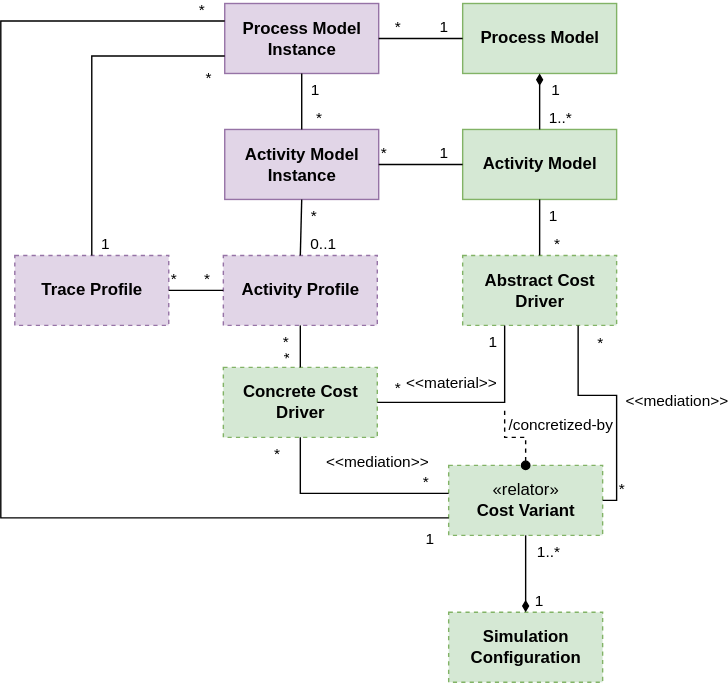
This is metamodel.svg from fyndalf/master-thesis, a draw.io export, as it was before one commit. Source tidied: cells renumbered, new cells last; positions are measured from the earlier drawing's top-left corner, leaving out a move shared by most shapes.
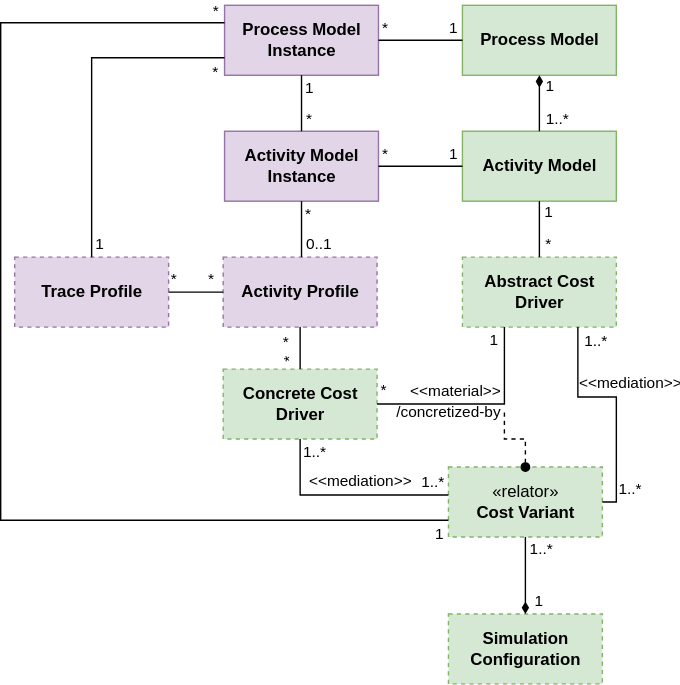
The same file after the commit.

Change to the diagram source:
```diff
@@ -32,68 +32,68 @@
     <mxCell id="11" value="Trace Profile" style="html=1;fontStyle=1;fillColor=#e1d5e7;strokeColor=#9673a6;dashed=1;" parent="1" vertex="1">
       <mxGeometry x="10" y="180" width="110" height="50" as="geometry" />
     </mxCell>
-    <mxCell id="12" style="endArrow=none;html=1;edgeStyle=orthogonalEdgeStyle;rounded=0;exitX=1;exitY=0.5;exitDx=0;exitDy=0;" parent="1" edge="1" source="9" target="6">
+    <mxCell id="12" style="endArrow=none;html=1;edgeStyle=orthogonalEdgeStyle;rounded=0;exitX=1;exitY=0.5;exitDx=0;exitDy=0;labelBackgroundColor=none;" parent="1" edge="1" source="9" target="6">
       <mxGeometry relative="1" as="geometry">
         <Array as="points">
           <mxPoint x="360" y="285" />
         </Array>
       </mxGeometry>
     </mxCell>
-    <mxCell id="13" value="*" style="edgeLabel;html=1;align=left;verticalAlign=bottom;" parent="12" vertex="1">
+    <mxCell id="13" value="*" style="edgeLabel;html=1;align=left;verticalAlign=bottom;labelBackgroundColor=none;" parent="12" vertex="1">
       <mxGeometry x="-1" relative="1" as="geometry">
-        <mxPoint x="11" y="-2" as="offset" />
+        <mxPoint x="1" y="-1" as="offset" />
       </mxGeometry>
     </mxCell>
-    <mxCell id="14" value="1" style="edgeLabel;html=1;align=right;verticalAlign=bottom;" parent="12" vertex="1">
+    <mxCell id="14" value="1" style="edgeLabel;html=1;align=right;verticalAlign=bottom;labelBackgroundColor=none;" parent="12" vertex="1">
       <mxGeometry x="1" relative="1" as="geometry">
-        <mxPoint x="-5" y="20" as="offset" />
+        <mxPoint x="-3" y="18" as="offset" />
       </mxGeometry>
     </mxCell>
-    <mxCell id="15" value="&amp;lt;&amp;lt;material&amp;gt;&amp;gt;" style="edgeLabel;html=1;align=center;verticalAlign=middle;" parent="12" vertex="1">
+    <mxCell id="15" value="&amp;lt;&amp;lt;material&amp;gt;&amp;gt;" style="edgeLabel;html=1;align=center;verticalAlign=middle;labelBackgroundColor=none;" parent="12" vertex="1">
       <mxGeometry x="-0.13" y="4" relative="1" as="geometry">
-        <mxPoint x="-12" y="-11" as="offset" />
+        <mxPoint x="-8" y="-5" as="offset" />
       </mxGeometry>
     </mxCell>
-    <mxCell id="16" style="endArrow=none;html=1;edgeStyle=orthogonalEdgeStyle;rounded=0;exitX=1;exitY=0.5;exitDx=0;exitDy=0;entryX=0;entryY=0.5;entryDx=0;entryDy=0;" parent="1" edge="1" source="5" target="4">
+    <mxCell id="16" style="endArrow=none;html=1;edgeStyle=orthogonalEdgeStyle;rounded=0;exitX=1;exitY=0.5;exitDx=0;exitDy=0;entryX=0;entryY=0.5;entryDx=0;entryDy=0;labelBackgroundColor=none;" parent="1" edge="1" source="5" target="4">
       <mxGeometry relative="1" as="geometry" />
     </mxCell>
-    <mxCell id="17" value="*" style="edgeLabel;html=1;align=left;verticalAlign=bottom;" parent="16" vertex="1">
+    <mxCell id="17" value="*" style="edgeLabel;html=1;align=left;verticalAlign=bottom;labelBackgroundColor=none;" parent="16" vertex="1">
       <mxGeometry x="-1" relative="1" as="geometry">
-        <mxPoint x="10" as="offset" />
+        <mxPoint x="1" as="offset" />
       </mxGeometry>
     </mxCell>
-    <mxCell id="18" value="1" style="edgeLabel;html=1;align=right;verticalAlign=bottom;" parent="16" vertex="1">
+    <mxCell id="18" value="1" style="edgeLabel;html=1;align=right;verticalAlign=bottom;labelBackgroundColor=none;" parent="16" vertex="1">
       <mxGeometry x="1" relative="1" as="geometry">
-        <mxPoint x="-10" as="offset" />
+        <mxPoint x="-2" as="offset" />
       </mxGeometry>
     </mxCell>
-    <mxCell id="19" style="endArrow=none;html=1;edgeStyle=orthogonalEdgeStyle;rounded=0;entryX=0;entryY=0.75;entryDx=0;entryDy=0;exitX=0.5;exitY=0;exitDx=0;exitDy=0;" parent="1" edge="1" source="11" target="5">
+    <mxCell id="19" style="endArrow=none;html=1;edgeStyle=orthogonalEdgeStyle;rounded=0;entryX=0;entryY=0.75;entryDx=0;entryDy=0;exitX=0.5;exitY=0;exitDx=0;exitDy=0;labelBackgroundColor=none;" parent="1" edge="1" source="11" target="5">
       <mxGeometry relative="1" as="geometry" />
     </mxCell>
-    <mxCell id="20" value="1" style="edgeLabel;html=1;align=left;verticalAlign=bottom;" parent="19" vertex="1">
+    <mxCell id="20" value="1" style="edgeLabel;html=1;align=left;verticalAlign=bottom;labelBackgroundColor=none;" parent="19" vertex="1">
       <mxGeometry x="-1" relative="1" as="geometry">
-        <mxPoint x="5" as="offset" />
+        <mxPoint x="1" as="offset" />
       </mxGeometry>
     </mxCell>
-    <mxCell id="21" value="*" style="edgeLabel;html=1;align=right;verticalAlign=bottom;" parent="19" vertex="1">
+    <mxCell id="21" value="*" style="edgeLabel;html=1;align=right;verticalAlign=bottom;labelBackgroundColor=none;" parent="19" vertex="1">
       <mxGeometry x="1" relative="1" as="geometry">
-        <mxPoint x="-10" y="23" as="offset" />
+        <mxPoint x="-4" y="19" as="offset" />
       </mxGeometry>
     </mxCell>
-    <mxCell id="22" style="endArrow=none;html=1;edgeStyle=orthogonalEdgeStyle;rounded=0;entryX=0.5;entryY=1;entryDx=0;entryDy=0;endFill=0;exitX=0.5;exitY=0;exitDx=0;exitDy=0;startArrow=diamondThin;startFill=1;" parent="1" edge="1" source="10" target="8">
+    <mxCell id="22" style="endArrow=none;html=1;edgeStyle=orthogonalEdgeStyle;rounded=0;entryX=0.5;entryY=1;entryDx=0;entryDy=0;endFill=0;exitX=0.5;exitY=0;exitDx=0;exitDy=0;startArrow=diamondThin;startFill=1;labelBackgroundColor=none;" parent="1" edge="1" source="10" target="8">
       <mxGeometry relative="1" as="geometry" />
     </mxCell>
-    <mxCell id="23" value="1" style="edgeLabel;html=1;align=left;verticalAlign=bottom;" parent="22" vertex="1">
+    <mxCell id="23" value="1" style="edgeLabel;html=1;align=left;verticalAlign=bottom;labelBackgroundColor=none;" parent="22" vertex="1">
       <mxGeometry x="-1" relative="1" as="geometry">
         <mxPoint x="5" as="offset" />
       </mxGeometry>
     </mxCell>
-    <mxCell id="24" value="1..*" style="edgeLabel;html=1;align=right;verticalAlign=bottom;" parent="22" vertex="1">
+    <mxCell id="24" value="1..*" style="edgeLabel;html=1;align=right;verticalAlign=bottom;labelBackgroundColor=none;" parent="22" vertex="1">
       <mxGeometry x="1" relative="1" as="geometry">
-        <mxPoint x="25" y="20" as="offset" />
+        <mxPoint x="21" y="18" as="offset" />
       </mxGeometry>
     </mxCell>
-    <mxCell id="25" style="endArrow=none;html=1;edgeStyle=orthogonalEdgeStyle;rounded=0;entryX=0;entryY=0.75;entryDx=0;entryDy=0;exitX=0;exitY=0.25;exitDx=0;exitDy=0;" parent="1" edge="1" source="5" target="8">
+    <mxCell id="25" style="endArrow=none;html=1;edgeStyle=orthogonalEdgeStyle;rounded=0;entryX=0;entryY=0.75;entryDx=0;entryDy=0;exitX=0;exitY=0.25;exitDx=0;exitDy=0;labelBackgroundColor=none;" parent="1" edge="1" source="5" target="8">
       <mxGeometry relative="1" as="geometry">
         <Array as="points">
           <mxPoint y="13" />
@@ -102,157 +102,159 @@
         </Array>
       </mxGeometry>
     </mxCell>
-    <mxCell id="26" value="*" style="edgeLabel;html=1;align=left;verticalAlign=bottom;" parent="25" vertex="1">
+    <mxCell id="26" value="*" style="edgeLabel;html=1;align=left;verticalAlign=bottom;labelBackgroundColor=none;" parent="25" vertex="1">
       <mxGeometry x="-1" relative="1" as="geometry">
-        <mxPoint x="-20" as="offset" />
+        <mxPoint x="-10" as="offset" />
       </mxGeometry>
     </mxCell>
-    <mxCell id="27" value="1" style="edgeLabel;html=1;align=right;verticalAlign=bottom;" parent="25" vertex="1">
+    <mxCell id="27" value="1" style="edgeLabel;html=1;align=right;verticalAlign=bottom;labelBackgroundColor=none;" parent="25" vertex="1">
       <mxGeometry x="1" relative="1" as="geometry">
-        <mxPoint x="-10" y="23" as="offset" />
+        <mxPoint x="-2" y="19" as="offset" />
       </mxGeometry>
     </mxCell>
-    <mxCell id="28" style="endArrow=none;html=1;edgeStyle=orthogonalEdgeStyle;rounded=0;entryX=0.5;entryY=1;entryDx=0;entryDy=0;" parent="1" edge="1" source="8" target="9">
+    <mxCell id="28" style="endArrow=none;html=1;edgeStyle=orthogonalEdgeStyle;rounded=0;entryX=0.5;entryY=1;entryDx=0;entryDy=0;labelBackgroundColor=none;" parent="1" edge="1" source="8" target="9">
       <mxGeometry relative="1" as="geometry">
         <Array as="points">
           <mxPoint x="214" y="350" />
         </Array>
       </mxGeometry>
     </mxCell>
-    <mxCell id="29" value="*" style="edgeLabel;html=1;align=left;verticalAlign=bottom;" parent="28" vertex="1">
+    <mxCell id="29" value="1..*" style="edgeLabel;html=1;align=left;verticalAlign=bottom;labelBackgroundColor=none;" parent="28" vertex="1">
       <mxGeometry x="-1" relative="1" as="geometry">
-        <mxPoint x="-20" as="offset" />
+        <mxPoint x="-21" as="offset" />
       </mxGeometry>
     </mxCell>
-    <mxCell id="30" value="*" style="edgeLabel;html=1;align=right;verticalAlign=bottom;" parent="28" vertex="1">
+    <mxCell id="30" value="1..*" style="edgeLabel;html=1;align=right;verticalAlign=bottom;labelBackgroundColor=none;" parent="28" vertex="1">
       <mxGeometry x="1" relative="1" as="geometry">
-        <mxPoint x="-14" y="20" as="offset" />
+        <mxPoint x="20" y="18" as="offset" />
       </mxGeometry>
     </mxCell>
-    <mxCell id="31" value="&lt;div&gt;&amp;lt;&amp;lt;mediation&amp;gt;&amp;gt;&lt;/div&gt;" style="edgeLabel;html=1;align=center;verticalAlign=middle;" parent="28" vertex="1">
+    <mxCell id="31" value="&lt;div&gt;&amp;lt;&amp;lt;mediation&amp;gt;&amp;gt;&lt;/div&gt;" style="edgeLabel;html=1;align=center;verticalAlign=middle;labelBackgroundColor=none;" parent="28" vertex="1">
       <mxGeometry x="0.33" y="-1" relative="1" as="geometry">
-        <mxPoint x="45" y="-22" as="offset" />
+        <mxPoint x="34" y="-9" as="offset" />
       </mxGeometry>
     </mxCell>
-    <mxCell id="32" style="endArrow=none;html=1;edgeStyle=orthogonalEdgeStyle;rounded=0;exitX=1;exitY=0.5;exitDx=0;exitDy=0;entryX=0;entryY=0.5;entryDx=0;entryDy=0;" parent="1" edge="1" source="2" target="3">
+    <mxCell id="32" style="endArrow=none;html=1;edgeStyle=orthogonalEdgeStyle;rounded=0;exitX=1;exitY=0.5;exitDx=0;exitDy=0;entryX=0;entryY=0.5;entryDx=0;entryDy=0;labelBackgroundColor=none;" parent="1" edge="1" source="2" target="3">
       <mxGeometry relative="1" as="geometry" />
     </mxCell>
-    <mxCell id="33" value="*" style="edgeLabel;html=1;align=left;verticalAlign=bottom;" parent="32" vertex="1">
-      <mxGeometry x="-1" relative="1" as="geometry" />
+    <mxCell id="33" value="*" style="edgeLabel;html=1;align=left;verticalAlign=bottom;labelBackgroundColor=none;" parent="32" vertex="1">
+      <mxGeometry x="-1" relative="1" as="geometry">
+        <mxPoint x="1" as="offset" />
+      </mxGeometry>
     </mxCell>
-    <mxCell id="34" value="1" style="edgeLabel;html=1;align=right;verticalAlign=bottom;" parent="32" vertex="1">
+    <mxCell id="34" value="1" style="edgeLabel;html=1;align=right;verticalAlign=bottom;labelBackgroundColor=none;" parent="32" vertex="1">
       <mxGeometry x="1" relative="1" as="geometry">
-        <mxPoint x="-10" as="offset" />
+        <mxPoint x="-2" as="offset" />
       </mxGeometry>
     </mxCell>
-    <mxCell id="35" style="endArrow=diamondThin;html=1;edgeStyle=orthogonalEdgeStyle;rounded=0;exitX=0.5;exitY=0;exitDx=0;exitDy=0;entryX=0.5;entryY=1;entryDx=0;entryDy=0;endFill=1;" parent="1" edge="1" source="3" target="4">
+    <mxCell id="35" style="endArrow=diamondThin;html=1;edgeStyle=orthogonalEdgeStyle;rounded=0;exitX=0.5;exitY=0;exitDx=0;exitDy=0;entryX=0.5;entryY=1;entryDx=0;entryDy=0;endFill=1;labelBackgroundColor=none;" parent="1" edge="1" source="3" target="4">
       <mxGeometry relative="1" as="geometry" />
     </mxCell>
-    <mxCell id="36" value="1..*" style="edgeLabel;html=1;align=left;verticalAlign=bottom;" parent="35" vertex="1">
+    <mxCell id="36" value="1..*" style="edgeLabel;html=1;align=left;verticalAlign=bottom;labelBackgroundColor=none;" parent="35" vertex="1">
       <mxGeometry x="-1" relative="1" as="geometry">
-        <mxPoint x="5" as="offset" />
+        <mxPoint x="3" as="offset" />
       </mxGeometry>
     </mxCell>
-    <mxCell id="37" value="1" style="edgeLabel;html=1;align=right;verticalAlign=bottom;" parent="35" vertex="1">
+    <mxCell id="37" value="1" style="edgeLabel;html=1;align=right;verticalAlign=bottom;labelBackgroundColor=none;" parent="35" vertex="1">
       <mxGeometry x="1" relative="1" as="geometry">
-        <mxPoint x="15" y="20" as="offset" />
+        <mxPoint x="12" y="17" as="offset" />
       </mxGeometry>
     </mxCell>
-    <mxCell id="38" style="endArrow=none;html=1;edgeStyle=orthogonalEdgeStyle;rounded=0;exitX=0.5;exitY=1;exitDx=0;exitDy=0;" parent="1" edge="1" source="5">
+    <mxCell id="38" style="endArrow=none;html=1;edgeStyle=orthogonalEdgeStyle;rounded=0;exitX=0.5;exitY=1;exitDx=0;exitDy=0;labelBackgroundColor=none;" parent="1" edge="1" source="5">
       <mxGeometry relative="1" as="geometry">
         <mxPoint x="215" y="90" as="targetPoint" />
       </mxGeometry>
     </mxCell>
-    <mxCell id="39" value="1" style="edgeLabel;html=1;align=left;verticalAlign=bottom;" parent="38" vertex="1">
+    <mxCell id="39" value="1" style="edgeLabel;html=1;align=left;verticalAlign=bottom;labelBackgroundColor=none;" parent="38" vertex="1">
       <mxGeometry x="-1" relative="1" as="geometry">
-        <mxPoint x="5" y="20" as="offset" />
+        <mxPoint x="1" y="18" as="offset" />
       </mxGeometry>
     </mxCell>
-    <mxCell id="40" value="*" style="edgeLabel;html=1;align=right;verticalAlign=bottom;" parent="38" vertex="1">
+    <mxCell id="40" value="*" style="edgeLabel;html=1;align=right;verticalAlign=bottom;labelBackgroundColor=none;" parent="38" vertex="1">
       <mxGeometry x="1" relative="1" as="geometry">
-        <mxPoint x="15" as="offset" />
+        <mxPoint x="9" as="offset" />
       </mxGeometry>
     </mxCell>
-    <mxCell id="41" style="endArrow=none;html=1;edgeStyle=orthogonalEdgeStyle;rounded=0;exitX=0.5;exitY=1;exitDx=0;exitDy=0;entryX=0.5;entryY=0;entryDx=0;entryDy=0;" parent="1" edge="1" source="2" target="7">
+    <mxCell id="41" style="endArrow=none;html=1;edgeStyle=orthogonalEdgeStyle;rounded=0;exitX=0.5;exitY=1;exitDx=0;exitDy=0;entryX=0.5;entryY=0;entryDx=0;entryDy=0;labelBackgroundColor=none;" parent="1" edge="1" source="2" target="7">
       <mxGeometry relative="1" as="geometry">
         <Array as="points">
           <mxPoint x="215" y="180" />
         </Array>
       </mxGeometry>
     </mxCell>
-    <mxCell id="42" value="*" style="edgeLabel;html=1;align=left;verticalAlign=bottom;" parent="41" vertex="1">
+    <mxCell id="42" value="*" style="edgeLabel;html=1;align=left;verticalAlign=bottom;labelBackgroundColor=none;" parent="41" vertex="1">
       <mxGeometry x="-1" relative="1" as="geometry">
-        <mxPoint x="5" y="20" as="offset" />
+        <mxPoint x="1" y="18" as="offset" />
       </mxGeometry>
     </mxCell>
-    <mxCell id="43" value="0..1" style="edgeLabel;html=1;align=right;verticalAlign=bottom;" parent="41" vertex="1">
+    <mxCell id="43" value="0..1" style="edgeLabel;html=1;align=right;verticalAlign=bottom;labelBackgroundColor=none;" parent="41" vertex="1">
       <mxGeometry x="1" relative="1" as="geometry">
-        <mxPoint x="26" as="offset" />
+        <mxPoint x="23" as="offset" />
       </mxGeometry>
     </mxCell>
-    <mxCell id="44" style="endArrow=none;html=1;edgeStyle=orthogonalEdgeStyle;rounded=0;exitX=0.5;exitY=1;exitDx=0;exitDy=0;entryX=0.5;entryY=0;entryDx=0;entryDy=0;" parent="1" edge="1" source="3" target="6">
+    <mxCell id="44" style="endArrow=none;html=1;edgeStyle=orthogonalEdgeStyle;rounded=0;exitX=0.5;exitY=1;exitDx=0;exitDy=0;entryX=0.5;entryY=0;entryDx=0;entryDy=0;labelBackgroundColor=none;" parent="1" edge="1" source="3" target="6">
       <mxGeometry relative="1" as="geometry" />
     </mxCell>
-    <mxCell id="45" value="1" style="edgeLabel;html=1;align=left;verticalAlign=bottom;" parent="44" vertex="1">
+    <mxCell id="45" value="1" style="edgeLabel;html=1;align=left;verticalAlign=bottom;labelBackgroundColor=none;" parent="44" vertex="1">
       <mxGeometry x="-1" relative="1" as="geometry">
-        <mxPoint x="5" y="20" as="offset" />
+        <mxPoint x="2" y="17" as="offset" />
       </mxGeometry>
     </mxCell>
-    <mxCell id="46" value="*" style="edgeLabel;html=1;align=right;verticalAlign=bottom;" parent="44" vertex="1">
+    <mxCell id="46" value="*" style="edgeLabel;html=1;align=right;verticalAlign=bottom;labelBackgroundColor=none;" parent="44" vertex="1">
       <mxGeometry x="1" relative="1" as="geometry">
-        <mxPoint x="15" as="offset" />
+        <mxPoint x="10" as="offset" />
       </mxGeometry>
     </mxCell>
-    <mxCell id="47" style="endArrow=none;html=1;edgeStyle=orthogonalEdgeStyle;rounded=0;exitX=0.5;exitY=1;exitDx=0;exitDy=0;entryX=0.5;entryY=0;entryDx=0;entryDy=0;" parent="1" edge="1" source="7" target="9">
+    <mxCell id="47" style="endArrow=none;html=1;edgeStyle=orthogonalEdgeStyle;rounded=0;exitX=0.5;exitY=1;exitDx=0;exitDy=0;entryX=0.5;entryY=0;entryDx=0;entryDy=0;labelBackgroundColor=none;" parent="1" edge="1" source="7" target="9">
       <mxGeometry relative="1" as="geometry" />
     </mxCell>
-    <mxCell id="48" value="*" style="edgeLabel;html=1;align=left;verticalAlign=bottom;" parent="47" vertex="1">
+    <mxCell id="48" value="*" style="edgeLabel;html=1;align=left;verticalAlign=bottom;labelBackgroundColor=none;" parent="47" vertex="1">
       <mxGeometry x="-1" relative="1" as="geometry">
         <mxPoint x="-14" y="20" as="offset" />
       </mxGeometry>
     </mxCell>
-    <mxCell id="49" value="*" style="edgeLabel;html=1;align=right;verticalAlign=bottom;rotation=270;" parent="47" vertex="1">
+    <mxCell id="49" value="*" style="edgeLabel;html=1;align=right;verticalAlign=bottom;rotation=270;labelBackgroundColor=none;" parent="47" vertex="1">
       <mxGeometry x="1" relative="1" as="geometry">
         <mxPoint y="-10" as="offset" />
       </mxGeometry>
     </mxCell>
-    <mxCell id="50" style="endArrow=none;html=1;edgeStyle=orthogonalEdgeStyle;rounded=0;exitX=1;exitY=0.5;exitDx=0;exitDy=0;entryX=0.75;entryY=1;entryDx=0;entryDy=0;" parent="1" edge="1" source="8" target="6">
+    <mxCell id="50" style="endArrow=none;html=1;edgeStyle=orthogonalEdgeStyle;rounded=0;exitX=1;exitY=0.5;exitDx=0;exitDy=0;entryX=0.75;entryY=1;entryDx=0;entryDy=0;labelBackgroundColor=none;" parent="1" edge="1" source="8" target="6">
       <mxGeometry relative="1" as="geometry" />
     </mxCell>
-    <mxCell id="51" value="*" style="edgeLabel;html=1;align=left;verticalAlign=bottom;" parent="50" vertex="1">
+    <mxCell id="51" value="1..*" style="edgeLabel;html=1;align=left;verticalAlign=bottom;labelBackgroundColor=none;" parent="50" vertex="1">
       <mxGeometry x="-1" relative="1" as="geometry">
         <mxPoint x="10" as="offset" />
       </mxGeometry>
     </mxCell>
-    <mxCell id="52" value="*" style="edgeLabel;html=1;align=right;verticalAlign=bottom;" parent="50" vertex="1">
+    <mxCell id="52" value="1..*" style="edgeLabel;html=1;align=right;verticalAlign=bottom;labelBackgroundColor=none;" parent="50" vertex="1">
       <mxGeometry x="1" relative="1" as="geometry">
-        <mxPoint x="18" y="21" as="offset" />
+        <mxPoint x="22" y="18" as="offset" />
       </mxGeometry>
     </mxCell>
-    <mxCell id="53" value="&amp;lt;&amp;lt;mediation&amp;gt;&amp;gt;" style="edgeLabel;html=1;align=center;verticalAlign=middle;" parent="50" vertex="1">
+    <mxCell id="53" value="&amp;lt;&amp;lt;mediation&amp;gt;&amp;gt;" style="edgeLabel;html=1;align=center;verticalAlign=middle;labelBackgroundColor=none;" parent="50" vertex="1">
       <mxGeometry x="0.14" y="2" relative="1" as="geometry">
-        <mxPoint x="50" y="1" as="offset" />
+        <mxPoint x="18" y="-12" as="offset" />
       </mxGeometry>
     </mxCell>
-    <mxCell id="54" style="edgeStyle=orthogonalEdgeStyle;rounded=0;jettySize=auto;html=1;exitX=0.5;exitY=0;exitDx=0;exitDy=0;endArrow=none;endFill=0;startArrow=oval;startFill=1;dashed=1;" parent="1" edge="1" source="8">
+    <mxCell id="54" style="edgeStyle=orthogonalEdgeStyle;rounded=0;jettySize=auto;html=1;exitX=0.5;exitY=0;exitDx=0;exitDy=0;endArrow=none;endFill=0;startArrow=oval;startFill=1;dashed=1;labelBackgroundColor=none;" parent="1" edge="1" source="8">
       <mxGeometry relative="1" as="geometry">
         <mxPoint x="360" y="290" as="targetPoint" />
       </mxGeometry>
     </mxCell>
-    <mxCell id="55" value="/concretized-by" style="edgeLabel;html=1;align=center;verticalAlign=middle;" parent="54" vertex="1">
+    <mxCell id="55" value="/concretized-by" style="edgeLabel;html=1;align=center;verticalAlign=middle;labelBackgroundColor=none;" parent="54" vertex="1">
       <mxGeometry x="-0.18" y="-3" relative="1" as="geometry">
-        <mxPoint x="27" y="-7" as="offset" />
+        <mxPoint x="-53" y="-16" as="offset" />
       </mxGeometry>
     </mxCell>
-    <mxCell id="56" style="endArrow=none;html=1;edgeStyle=orthogonalEdgeStyle;rounded=0;exitX=1;exitY=0.5;exitDx=0;exitDy=0;entryX=0;entryY=0.5;entryDx=0;entryDy=0;" parent="1" edge="1" source="11" target="7">
+    <mxCell id="56" style="endArrow=none;html=1;edgeStyle=orthogonalEdgeStyle;rounded=0;exitX=1;exitY=0.5;exitDx=0;exitDy=0;entryX=0;entryY=0.5;entryDx=0;entryDy=0;labelBackgroundColor=none;" parent="1" edge="1" source="11" target="7">
       <mxGeometry relative="1" as="geometry" />
     </mxCell>
-    <mxCell id="57" value="*" style="edgeLabel;html=1;align=left;verticalAlign=bottom;" parent="56" vertex="1">
+    <mxCell id="57" value="*" style="edgeLabel;html=1;align=left;verticalAlign=bottom;labelBackgroundColor=none;" parent="56" vertex="1">
       <mxGeometry x="-1" relative="1" as="geometry" />
     </mxCell>
-    <mxCell id="58" value="*" style="edgeLabel;html=1;align=right;verticalAlign=bottom;" parent="56" vertex="1">
+    <mxCell id="58" value="*" style="edgeLabel;html=1;align=right;verticalAlign=bottom;labelBackgroundColor=none;" parent="56" vertex="1">
       <mxGeometry x="1" relative="1" as="geometry">
-        <mxPoint x="-9" as="offset" />
+        <mxPoint x="-6" as="offset" />
       </mxGeometry>
     </mxCell>
   </root>
```
